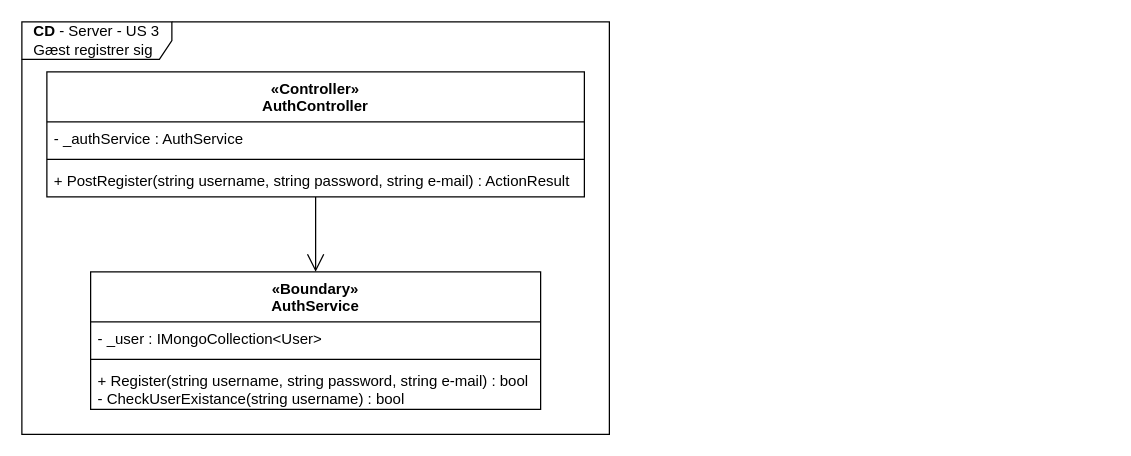
Above: page "CD-Server" (3 of 3) of diagrams/arkitektur/US3_register.drawio in Macradon/I7BAC-PlugNPlay (draw.io), before the change. Source tidied: cells renumbered, new cells numbered last; positions are measured from the earlier drawing's top-left corner, leaving out a move shared by most shapes. Both pictures are drawn from the tidied source at 125%, with x=0, y=0 at pixel (21, 21).
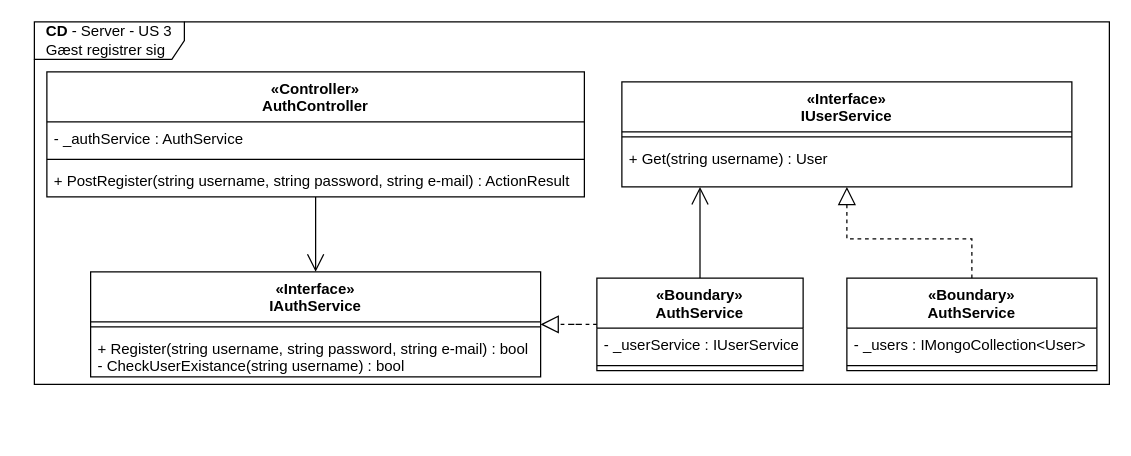
After the change.

Change to the diagram source:
```diff
@@
     <mxCell id="2" value="&lt;div style=&quot;text-align: left&quot;&gt;&lt;b&gt;CD&lt;/b&gt;&amp;nbsp;- Server - US 3&lt;/div&gt;&lt;div style=&quot;text-align: left&quot;&gt;Gæst registrer sig&lt;/div&gt;" style="shape=umlFrame;whiteSpace=wrap;html=1;labelBackgroundColor=none;width=120;height=30;" parent="1" vertex="1">
-      <mxGeometry width="470" height="330" as="geometry" />
+      <mxGeometry x="10" width="860" height="290" as="geometry" />
     </mxCell>
@@
-    <mxCell id="8" value="«Boundary»&#10;AuthService" style="swimlane;fontStyle=1;align=center;verticalAlign=top;horizontal=1;startSize=40;" parent="1" vertex="1">
-      <mxGeometry x="55" y="200" width="360" height="110" as="geometry" />
+    <mxCell id="8" value="«Interface»&#10;IAuthService" style="swimlane;fontStyle=1;align=center;verticalAlign=top;horizontal=1;startSize=40;" parent="1" vertex="1">
+      <mxGeometry x="55" y="200" width="360" height="84" as="geometry" />
     </mxCell>
-    <mxCell id="9" value="- _user : IMongoCollection&lt;User&gt;" style="text;strokeColor=none;fillColor=none;align=left;verticalAlign=top;spacingLeft=4;spacingRight=4;overflow=hidden;" parent="8" vertex="1">
-      <mxGeometry y="40" width="360" height="26" as="geometry" />
-    </mxCell>
     <mxCell id="10" style="line;strokeWidth=1;fillColor=none;align=left;verticalAlign=middle;spacingTop=-1;spacingLeft=3;spacingRight=3;labelPosition=right;" parent="8" vertex="1">
-      <mxGeometry y="66" width="360" height="8" as="geometry" />
+      <mxGeometry y="40" width="360" height="8" as="geometry" />
     </mxCell>
     <mxCell id="11" value="+ Register(string username, string password, string e-mail) : bool&#10;- CheckUserExistance(string username) : bool" style="text;strokeColor=none;fillColor=none;align=left;verticalAlign=top;spacingLeft=4;spacingRight=4;overflow=hidden;" parent="8" vertex="1">
-      <mxGeometry y="74" width="360" height="36" as="geometry" />
+      <mxGeometry y="48" width="360" height="36" as="geometry" />
     </mxCell>
+    <mxCell id="12" style="edgeStyle=orthogonalEdgeStyle;rounded=0;jettySize=auto;html=1;endArrow=block;endFill=0;endSize=12;dashed=1;" parent="1" edge="1" source="14" target="8">
+      <mxGeometry relative="1" as="geometry" />
+    </mxCell>
+    <mxCell id="13" style="edgeStyle=orthogonalEdgeStyle;rounded=0;jettySize=auto;html=1;endArrow=open;endFill=0;endSize=12;" parent="1" edge="1" source="14" target="17">
+      <mxGeometry relative="1" as="geometry">
+        <Array as="points">
+          <mxPoint x="543" y="160" />
+          <mxPoint x="543" y="160" />
+        </Array>
+      </mxGeometry>
+    </mxCell>
+    <mxCell id="14" value="«Boundary»&#10;AuthService" style="swimlane;fontStyle=1;align=center;verticalAlign=top;horizontal=1;startSize=40;" parent="1" vertex="1">
+      <mxGeometry x="460" y="205" width="165" height="74" as="geometry" />
+    </mxCell>
+    <mxCell id="15" value="- _userService : IUserService" style="text;strokeColor=none;fillColor=none;align=left;verticalAlign=top;spacingLeft=4;spacingRight=4;overflow=hidden;" parent="14" vertex="1">
+      <mxGeometry y="40" width="165" height="26" as="geometry" />
+    </mxCell>
+    <mxCell id="16" style="line;strokeWidth=1;fillColor=none;align=left;verticalAlign=middle;spacingTop=-1;spacingLeft=3;spacingRight=3;labelPosition=right;" parent="14" vertex="1">
+      <mxGeometry y="66" width="165" height="8" as="geometry" />
+    </mxCell>
+    <mxCell id="17" value="«Interface»&#10;IUserService" style="swimlane;fontStyle=1;align=center;verticalAlign=top;horizontal=1;startSize=40;" parent="1" vertex="1">
+      <mxGeometry x="480" y="48" width="360" height="84" as="geometry" />
+    </mxCell>
+    <mxCell id="18" style="line;strokeWidth=1;fillColor=none;align=left;verticalAlign=middle;spacingTop=-1;spacingLeft=3;spacingRight=3;labelPosition=right;" parent="17" vertex="1">
+      <mxGeometry y="40" width="360" height="8" as="geometry" />
+    </mxCell>
+    <mxCell id="19" value="+ Get(string username) : User" style="text;strokeColor=none;fillColor=none;align=left;verticalAlign=top;spacingLeft=4;spacingRight=4;overflow=hidden;" parent="17" vertex="1">
+      <mxGeometry y="48" width="360" height="36" as="geometry" />
+    </mxCell>
+    <mxCell id="20" style="edgeStyle=orthogonalEdgeStyle;rounded=0;jettySize=auto;html=1;endArrow=block;endFill=0;endSize=12;dashed=1;" parent="1" edge="1" source="21" target="17">
+      <mxGeometry relative="1" as="geometry" />
+    </mxCell>
+    <mxCell id="21" value="«Boundary»&#10;AuthService" style="swimlane;fontStyle=1;align=center;verticalAlign=top;horizontal=1;startSize=40;" parent="1" vertex="1">
+      <mxGeometry x="660" y="205" width="200" height="74" as="geometry" />
+    </mxCell>
+    <mxCell id="22" value="- _users : IMongoCollection&lt;User&gt;" style="text;strokeColor=none;fillColor=none;align=left;verticalAlign=top;spacingLeft=4;spacingRight=4;overflow=hidden;" parent="21" vertex="1">
+      <mxGeometry y="40" width="200" height="26" as="geometry" />
+    </mxCell>
+    <mxCell id="23" style="line;strokeWidth=1;fillColor=none;align=left;verticalAlign=middle;spacingTop=-1;spacingLeft=3;spacingRight=3;labelPosition=right;" parent="21" vertex="1">
+      <mxGeometry y="66" width="200" height="8" as="geometry" />
+    </mxCell>
```
